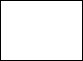
Earlier version of the draw.io export Layout Pameran.drawio.png (lnell19/Pameran-RPL). Source tidied: cells renumbered, new cells last; positions are measured from the earlier drawing's top-left corner, leaving out a move shared by most shapes.
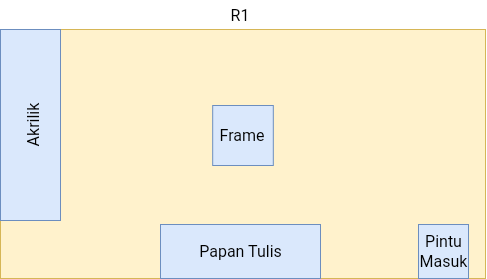
After the change.

Commit message:
Layout Pameran R1.drawio.png

What changed in the source:
```diff
@@ -2,8 +2,35 @@
   <root>
     <mxCell id="0" />
     <mxCell id="1" parent="0" />
-    <mxCell id="2" style="whiteSpace=wrap;html=1;" parent="1" vertex="1">
-      <mxGeometry width="82" height="60" as="geometry" />
+    <mxCell id="2" style="whiteSpace=wrap;html=1;fillColor=#fff2cc;strokeColor=#d6b656;" parent="1" vertex="1">
+      <mxGeometry width="485" height="249" as="geometry" />
     </mxCell>
+    <mxCell id="3" value="R1" style="text;strokeColor=none;fillColor=none;html=1;align=center;verticalAlign=middle;whiteSpace=wrap;rounded=0;fontSize=16;" parent="1" vertex="1">
+      <mxGeometry x="210" y="-29" width="60" height="29" as="geometry" />
+    </mxCell>
+    <mxCell id="4" style="rounded=0;whiteSpace=wrap;html=1;fillColor=#dae8fc;strokeColor=#6c8ebf;" parent="1" vertex="1">
+      <mxGeometry x="212.2" y="76" width="60.6" height="60" as="geometry" />
+    </mxCell>
+    <mxCell id="5" value="Frame" style="text;strokeColor=none;fillColor=none;html=1;align=center;verticalAlign=middle;whiteSpace=wrap;rounded=0;fontSize=16;" parent="1" vertex="1">
+      <mxGeometry x="212.5" y="90.5" width="60" height="31" as="geometry" />
+    </mxCell>
+    <mxCell id="6" style="rounded=0;whiteSpace=wrap;html=1;fillColor=#dae8fc;strokeColor=#6c8ebf;" parent="1" vertex="1">
+      <mxGeometry width="60" height="191" as="geometry" />
+    </mxCell>
+    <mxCell id="7" value="Akrilik" style="text;strokeColor=none;fillColor=none;html=1;align=center;verticalAlign=middle;whiteSpace=wrap;rounded=0;fontSize=16;rotation=-90;" parent="1" vertex="1">
+      <mxGeometry x="2" y="78.8" width="60" height="33.5" as="geometry" />
+    </mxCell>
+    <mxCell id="8" style="rounded=0;whiteSpace=wrap;html=1;fillColor=#dae8fc;strokeColor=#6c8ebf;" parent="1" vertex="1">
+      <mxGeometry x="160" y="195" width="160" height="54" as="geometry" />
+    </mxCell>
+    <mxCell id="9" value="Papan Tulis" style="text;strokeColor=none;fillColor=none;html=1;align=center;verticalAlign=middle;whiteSpace=wrap;rounded=0;fontSize=16;" parent="1" vertex="1">
+      <mxGeometry x="190.5" y="207" width="99" height="30" as="geometry" />
+    </mxCell>
+    <mxCell id="10" style="rounded=0;whiteSpace=wrap;html=1;fillColor=#dae8fc;strokeColor=#6c8ebf;" parent="1" vertex="1">
+      <mxGeometry x="418" y="195" width="50" height="54" as="geometry" />
+    </mxCell>
+    <mxCell id="11" value="Pintu&lt;div&gt;Masuk&lt;/div&gt;" style="text;strokeColor=none;fillColor=none;html=1;align=center;verticalAlign=middle;whiteSpace=wrap;rounded=0;fontSize=16;" parent="1" vertex="1">
+      <mxGeometry x="421.5" y="207" width="43" height="30" as="geometry" />
+    </mxCell>
   </root>
 </mxGraphModel>
```
